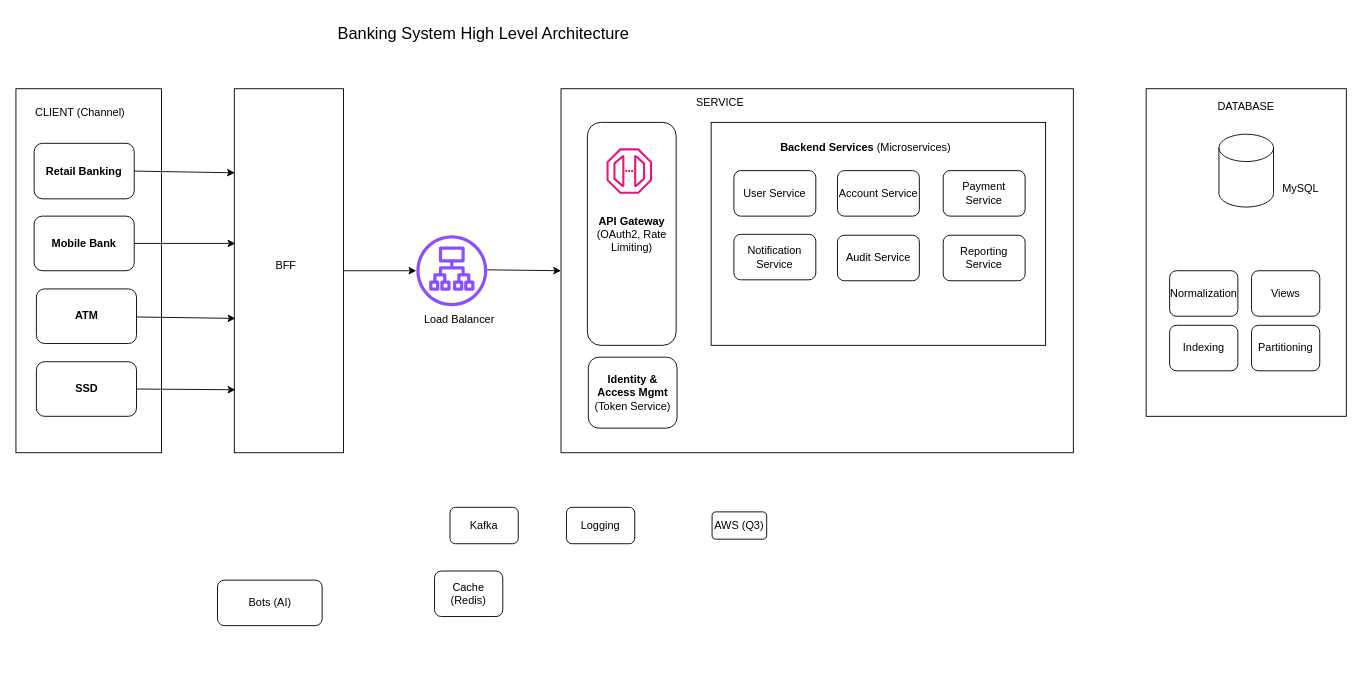
The draw.io diagram resources/Banking App Diagram.drawio in AkhoMngqibisa/java-backend-study-group, before the edit. Source tidied: cells renumbered, new cells numbered last; positions are measured from the earlier drawing's top-left corner, leaving out a move shared by most shapes. Both pictures are drawn from the tidied source at 91%, with x=0, y=0 at pixel (15, 15).
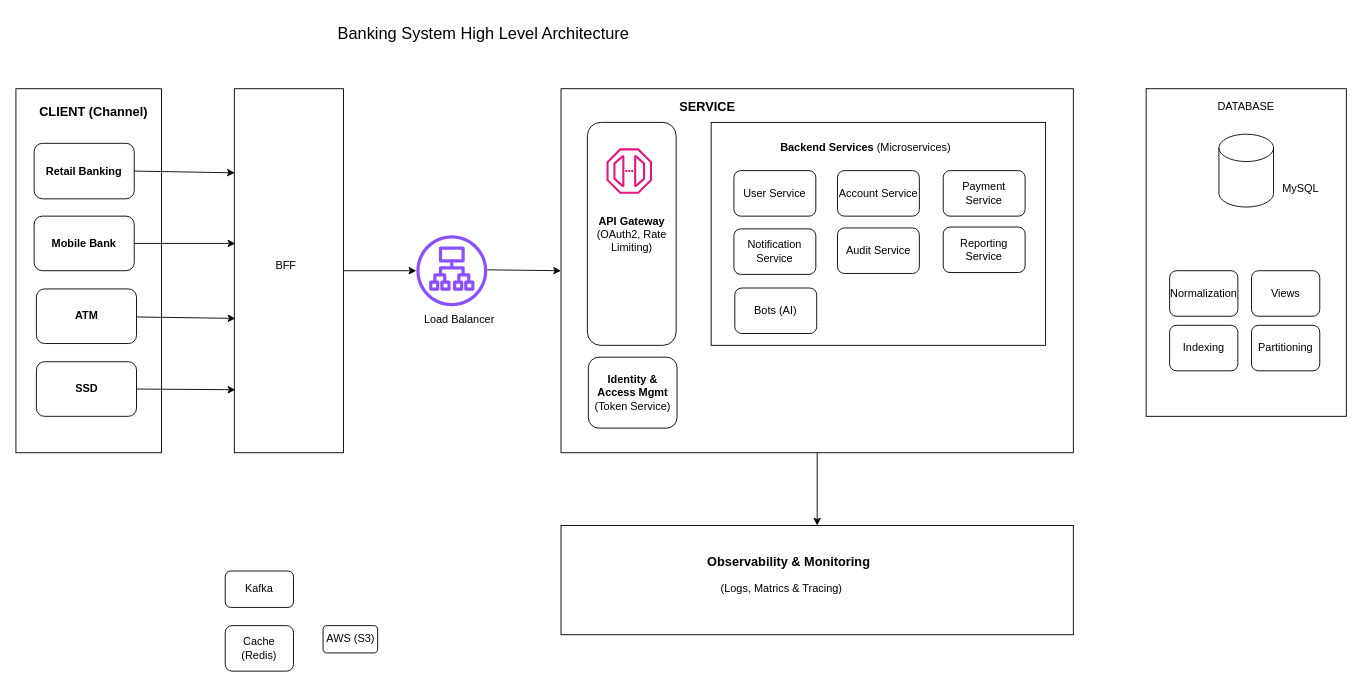
Above is the later version.

The change refers to these unchanged cells:
```xml
<mxCell id="11" style="rounded=0;whiteSpace=wrap;html=1;" parent="1" vertex="1">
  <mxGeometry x="599" y="80" width="563" height="400" as="geometry" />
</mxCell>
```

Change to the diagram source:
```diff
@@
-    <mxCell id="4" value="CLIENT (Channel)&amp;nbsp;" style="text;html=1;whiteSpace=wrap;strokeColor=none;fillColor=none;align=center;verticalAlign=middle;rounded=0;" parent="1" vertex="1">
-      <mxGeometry x="15" y="91" width="115" height="30" as="geometry" />
+    <mxCell id="4" value="&lt;font style=&quot;font-size: 14px;&quot;&gt;&lt;b&gt;CLIENT (Channel)&amp;nbsp;&lt;/b&gt;&lt;/font&gt;" style="text;html=1;whiteSpace=wrap;strokeColor=none;fillColor=none;align=center;verticalAlign=middle;rounded=0;" parent="1" vertex="1">
+      <mxGeometry x="15" y="91" width="145" height="30" as="geometry" />
     </mxCell>
@@
+    <mxCell id="45" style="edgeStyle=orthogonalEdgeStyle;rounded=0;jettySize=auto;html=1;" parent="1" edge="1" source="11" target="46">
+      <mxGeometry relative="1" as="geometry" />
+    </mxCell>
@@
-    <mxCell id="12" value="SERVICE" style="text;html=1;whiteSpace=wrap;strokeColor=none;fillColor=none;align=center;verticalAlign=middle;rounded=0;" parent="1" vertex="1">
-      <mxGeometry x="744" y="80" width="60" height="30" as="geometry" />
+    <mxCell id="12" value="&lt;b&gt;&lt;font style=&quot;font-size: 14px;&quot;&gt;SERVICE&lt;/font&gt;&lt;/b&gt;" style="text;html=1;whiteSpace=wrap;strokeColor=none;fillColor=none;align=center;verticalAlign=middle;rounded=0;" parent="1" vertex="1">
+      <mxGeometry x="730" y="85" width="60" height="30" as="geometry" />
     </mxCell>
@@
     <mxCell id="19" value="Cache&lt;br&gt;(Redis)" style="rounded=1;whiteSpace=wrap;html=1;" parent="1" vertex="1">
-      <mxGeometry x="460" y="610" width="75" height="50" as="geometry" />
+      <mxGeometry x="230" y="670" width="75" height="50" as="geometry" />
     </mxCell>
     <mxCell id="20" value="Kafka" style="rounded=1;whiteSpace=wrap;html=1;" parent="1" vertex="1">
-      <mxGeometry x="477" y="540" width="75" height="40" as="geometry" />
+      <mxGeometry x="230" y="610" width="75" height="40" as="geometry" />
     </mxCell>
-    <mxCell id="21" value="Logging" style="rounded=1;whiteSpace=wrap;html=1;" parent="1" vertex="1">
-      <mxGeometry x="605" y="540" width="75" height="40" as="geometry" />
-    </mxCell>
@@
-    <mxCell id="25" value="AWS (Q3)" style="rounded=1;whiteSpace=wrap;html=1;" parent="1" vertex="1">
-      <mxGeometry x="765" y="545" width="60" height="30" as="geometry" />
+    <mxCell id="25" value="AWS (S3)" style="rounded=1;whiteSpace=wrap;html=1;" parent="1" vertex="1">
+      <mxGeometry x="337.5" y="670" width="60" height="30" as="geometry" />
     </mxCell>
-    <mxCell id="26" value="Bots (AI)" style="rounded=1;whiteSpace=wrap;html=1;" parent="1" vertex="1">
-      <mxGeometry x="221.5" y="620" width="115" height="50" as="geometry" />
-    </mxCell>
@@
     <mxCell id="38" value="Notification Service" style="rounded=1;whiteSpace=wrap;html=1;" parent="1" vertex="1">
-      <mxGeometry x="789" y="240" width="90" height="50" as="geometry" />
+      <mxGeometry x="789" y="234" width="90" height="50" as="geometry" />
     </mxCell>
@@
     <mxCell id="40" value="Audit Service" style="rounded=1;whiteSpace=wrap;html=1;" parent="1" vertex="1">
-      <mxGeometry x="902.8" y="241" width="90" height="50" as="geometry" />
+      <mxGeometry x="902.8" y="233" width="90" height="50" as="geometry" />
     </mxCell>
     <mxCell id="41" value="Reporting Service" style="rounded=1;whiteSpace=wrap;html=1;" parent="1" vertex="1">
-      <mxGeometry x="1019" y="241" width="90" height="50" as="geometry" />
+      <mxGeometry x="1019" y="232" width="90" height="50" as="geometry" />
     </mxCell>
@@
+    <mxCell id="26" value="Bots (AI)" style="rounded=1;whiteSpace=wrap;html=1;" parent="1" vertex="1">
+      <mxGeometry x="790" y="299" width="90" height="50" as="geometry" />
+    </mxCell>
+    <mxCell id="46" style="rounded=0;whiteSpace=wrap;html=1;" parent="1" vertex="1">
+      <mxGeometry x="599" y="560" width="563" height="120" as="geometry" />
+    </mxCell>
+    <mxCell id="47" value="&lt;font style=&quot;font-size: 14px;&quot;&gt;&lt;b&gt;Observability &amp;amp; Monitoring&lt;/b&gt;&lt;/font&gt;" style="text;html=1;whiteSpace=wrap;strokeColor=none;fillColor=none;align=center;verticalAlign=middle;rounded=0;" parent="1" vertex="1">
+      <mxGeometry x="743" y="585" width="212.5" height="30" as="geometry" />
+    </mxCell>
+    <mxCell id="48" value="(Logs, Matrics &amp;amp; Tracing)" style="text;html=1;whiteSpace=wrap;strokeColor=none;fillColor=none;align=center;verticalAlign=middle;rounded=0;" parent="1" vertex="1">
+      <mxGeometry x="743" y="615" width="197" height="30" as="geometry" />
+    </mxCell>
```
